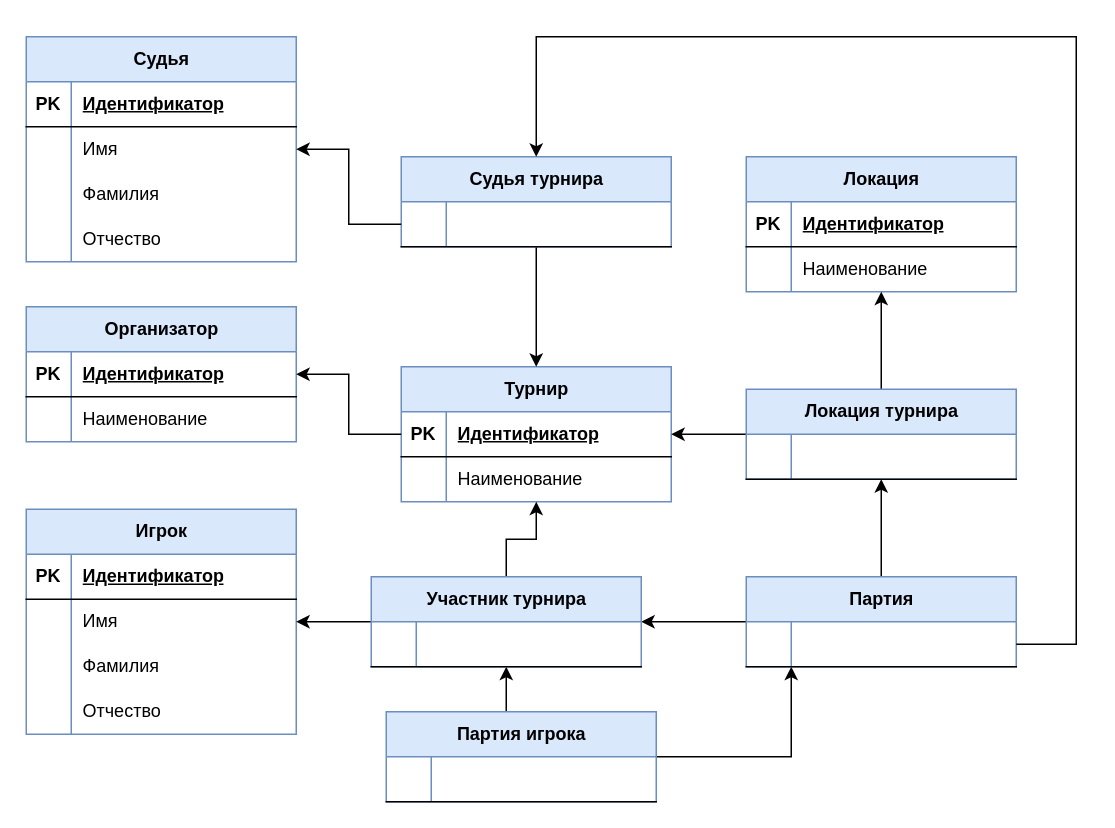
Before: Диаграмма без названия.drawio in VladZainullin/organize_tennis_tournaments, a draw.io diagram. Source tidied: cells renumbered, new cells numbered last; positions are measured from the earlier drawing's top-left corner, leaving out a move shared by most shapes. Both pictures are drawn from the tidied source at 150%, with x=0, y=0 at pixel (26, 36).
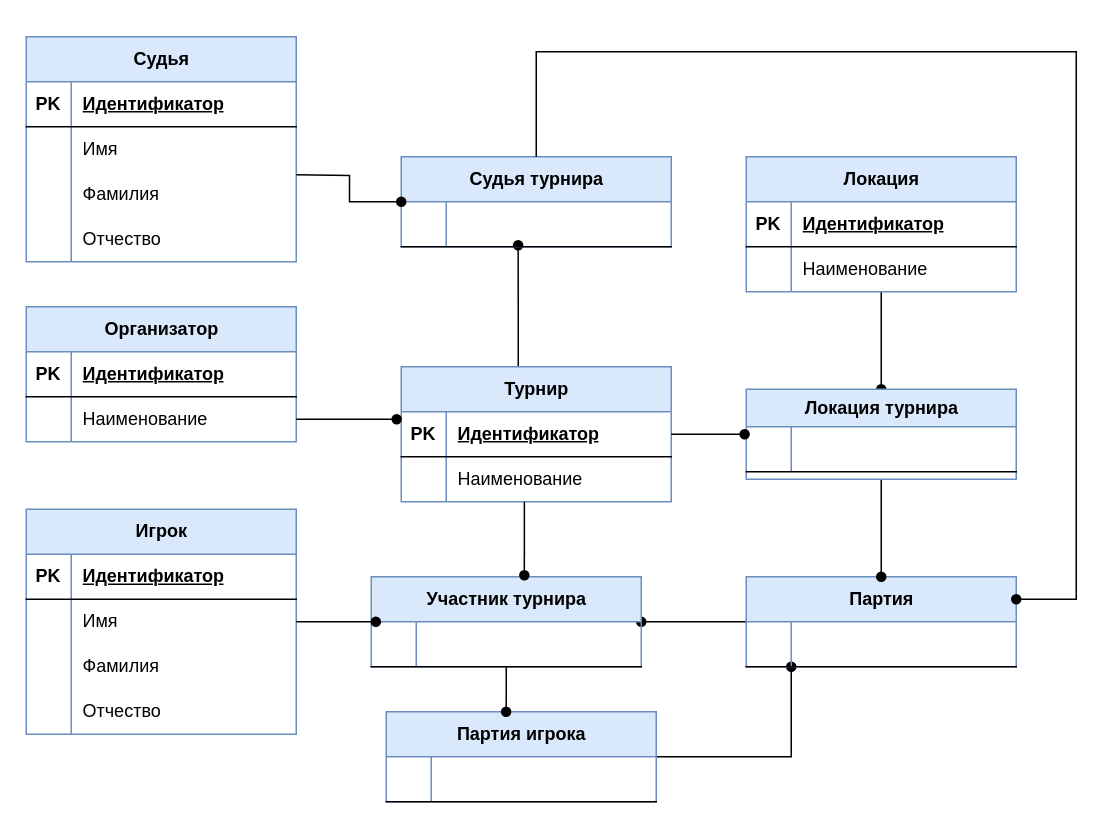
The same page after the edit.

Unchanged cells that the change refers to:
```xml
<mxCell id="3" style="shape=tableRow;horizontal=0;startSize=0;swimlaneHead=0;swimlaneBody=0;fillColor=none;points=[[0,0.5],[1,0.5]];portConstraint=eastwest;top=0;left=0;right=0;bottom=1;" parent="2" vertex="1">
  <mxGeometry y="30" width="180" height="30" as="geometry" />
</mxCell>
<mxCell id="6" style="shape=tableRow;horizontal=0;startSize=0;swimlaneHead=0;swimlaneBody=0;fillColor=none;points=[[0,0.5],[1,0.5]];portConstraint=eastwest;top=0;left=0;right=0;bottom=0;" parent="2" vertex="1">
  <mxGeometry y="60" width="180" height="30" as="geometry" />
</mxCell>
<mxCell id="9" value="Локация" style="shape=table;startSize=30;childLayout=tableLayout;rowLines=0;fontStyle=1;align=center;html=1;fillColor=#dae8fc;strokeColor=#6c8ebf;" parent="1" vertex="1">
  <mxGeometry x="480" y="80" width="180" height="90" as="geometry" />
</mxCell>
<mxCell id="16" value="Игрок" style="shape=table;startSize=30;childLayout=tableLayout;rowLines=0;fontStyle=1;align=center;html=1;fillColor=#dae8fc;strokeColor=#6c8ebf;" parent="1" vertex="1">
  <mxGeometry y="315" width="180" height="150" as="geometry" />
</mxCell>
<mxCell id="20" style="shape=tableRow;horizontal=0;startSize=0;swimlaneHead=0;swimlaneBody=0;fillColor=none;points=[[0,0.5],[1,0.5]];portConstraint=eastwest;top=0;left=0;right=0;bottom=0;" parent="16" vertex="1">
  <mxGeometry y="60" width="180" height="30" as="geometry" />
</mxCell>
<mxCell id="29" value="Судья" style="shape=table;startSize=30;childLayout=tableLayout;rowLines=0;fontStyle=1;align=center;html=1;fillColor=#dae8fc;strokeColor=#6c8ebf;" parent="1" vertex="1">
  <mxGeometry width="180" height="150" as="geometry" />
</mxCell>
<mxCell id="44" value="Партия игрока" style="shape=table;startSize=30;childLayout=tableLayout;rowLines=0;fontStyle=1;align=center;html=1;fillColor=#dae8fc;strokeColor=#6c8ebf;" parent="1" vertex="1">
  <mxGeometry x="240" y="450" width="180" height="60" as="geometry" />
</mxCell>
<mxCell id="50" value="Партия" style="shape=table;startSize=30;childLayout=tableLayout;rowLines=0;fontStyle=1;align=center;html=1;fillColor=#dae8fc;strokeColor=#6c8ebf;" parent="1" vertex="1">
  <mxGeometry x="480" y="360" width="180" height="60" as="geometry" />
</mxCell>
<mxCell id="51" style="shape=tableRow;horizontal=0;startSize=0;swimlaneHead=0;swimlaneBody=0;fillColor=none;points=[[0,0.5],[1,0.5]];portConstraint=eastwest;top=0;left=0;right=0;bottom=1;" parent="50" vertex="1">
  <mxGeometry y="30" width="180" height="30" as="geometry" />
</mxCell>
<mxCell id="54" value="Турнир" style="shape=table;startSize=30;childLayout=tableLayout;rowLines=0;fontStyle=1;align=center;html=1;fillColor=#dae8fc;strokeColor=#6c8ebf;" parent="1" vertex="1">
  <mxGeometry x="250" y="220" width="180" height="90" as="geometry" />
</mxCell>
<mxCell id="55" style="shape=tableRow;horizontal=0;startSize=0;swimlaneHead=0;swimlaneBody=0;fillColor=none;points=[[0,0.5],[1,0.5]];portConstraint=eastwest;top=0;left=0;right=0;bottom=1;" parent="54" vertex="1">
  <mxGeometry y="30" width="180" height="30" as="geometry" />
</mxCell>
<mxCell id="58" style="shape=tableRow;horizontal=0;startSize=0;swimlaneHead=0;swimlaneBody=0;fillColor=none;points=[[0,0.5],[1,0.5]];portConstraint=eastwest;top=0;left=0;right=0;bottom=0;" parent="54" vertex="1">
  <mxGeometry y="60" width="180" height="30" as="geometry" />
</mxCell>
<mxCell id="64" value="Участник турнира" style="shape=table;startSize=30;childLayout=tableLayout;rowLines=0;fontStyle=1;align=center;html=1;fillColor=#dae8fc;strokeColor=#6c8ebf;" parent="1" vertex="1">
  <mxGeometry x="230" y="360" width="180" height="60" as="geometry" />
</mxCell>
<mxCell id="65" style="shape=tableRow;horizontal=0;startSize=0;swimlaneHead=0;swimlaneBody=0;fillColor=none;points=[[0,0.5],[1,0.5]];portConstraint=eastwest;top=0;left=0;right=0;bottom=1;" parent="64" vertex="1">
  <mxGeometry y="30" width="180" height="30" as="geometry" />
</mxCell>
<mxCell id="75" value="Судья турнира" style="shape=table;startSize=30;childLayout=tableLayout;rowLines=0;fontStyle=1;align=center;html=1;fillColor=#dae8fc;strokeColor=#6c8ebf;" parent="1" vertex="1">
  <mxGeometry x="250" y="80" width="180" height="60" as="geometry" />
</mxCell>
<mxCell id="76" style="shape=tableRow;horizontal=0;startSize=0;swimlaneHead=0;swimlaneBody=0;fillColor=none;points=[[0,0.5],[1,0.5]];portConstraint=eastwest;top=0;left=0;right=0;bottom=1;" parent="75" vertex="1">
  <mxGeometry y="30" width="180" height="30" as="geometry" />
</mxCell>
```

The edit, as a diff of the source:
```diff
@@
+    <mxCell id="81" style="edgeStyle=orthogonalEdgeStyle;rounded=0;jettySize=auto;html=1;entryX=0.5;entryY=0;entryDx=0;entryDy=0;endArrow=oval;endFill=1;" parent="1" edge="1" source="9" target="70">
+      <mxGeometry relative="1" as="geometry" />
+    </mxCell>
@@
-    <mxCell id="42" style="edgeStyle=orthogonalEdgeStyle;rounded=0;jettySize=auto;html=1;" parent="1" edge="1" source="44" target="64">
-      <mxGeometry relative="1" as="geometry">
-        <Array as="points">
-          <mxPoint x="320" y="430" />
-          <mxPoint x="320" y="430" />
-        </Array>
-      </mxGeometry>
-    </mxCell>
-    <mxCell id="43" style="edgeStyle=orthogonalEdgeStyle;rounded=0;jettySize=auto;html=1;" parent="1" edge="1" source="44" target="50">
+    <mxCell id="43" style="edgeStyle=orthogonalEdgeStyle;rounded=0;jettySize=auto;html=1;endArrow=oval;endFill=1;" parent="1" edge="1" source="44" target="50">
       <mxGeometry relative="1" as="geometry">
         <Array as="points">
           <mxPoint x="510" y="480" />
         </Array>
       </mxGeometry>
     </mxCell>
@@
-    <mxCell id="48" style="edgeStyle=orthogonalEdgeStyle;rounded=0;jettySize=auto;html=1;" parent="1" edge="1" source="50" target="64">
+    <mxCell id="48" style="edgeStyle=orthogonalEdgeStyle;rounded=0;jettySize=auto;html=1;endArrow=oval;endFill=1;" parent="1" edge="1" source="50" target="64">
       <mxGeometry relative="1" as="geometry">
         <Array as="points">
           <mxPoint x="440" y="390" />
           <mxPoint x="440" y="390" />
         </Array>
       </mxGeometry>
     </mxCell>
-    <mxCell id="49" style="edgeStyle=orthogonalEdgeStyle;rounded=0;jettySize=auto;html=1;" parent="1" edge="1" source="50" target="70">
-      <mxGeometry relative="1" as="geometry" />
-    </mxCell>
@@
+    <mxCell id="82" style="edgeStyle=orthogonalEdgeStyle;rounded=0;jettySize=auto;html=1;entryX=0.433;entryY=0.967;entryDx=0;entryDy=0;entryPerimeter=0;endArrow=oval;endFill=1;" parent="1" edge="1" source="54" target="76">
+      <mxGeometry relative="1" as="geometry">
+        <Array as="points">
+          <mxPoint x="328" y="180" />
+          <mxPoint x="328" y="180" />
+        </Array>
+      </mxGeometry>
+    </mxCell>
@@
-    <mxCell id="61" style="edgeStyle=orthogonalEdgeStyle;rounded=0;jettySize=auto;html=1;" parent="1" edge="1" source="55" target="3">
-      <mxGeometry relative="1" as="geometry" />
-    </mxCell>
-    <mxCell id="62" style="edgeStyle=orthogonalEdgeStyle;rounded=0;jettySize=auto;html=1;" parent="1" edge="1" source="64" target="54">
-      <mxGeometry relative="1" as="geometry" />
-    </mxCell>
-    <mxCell id="63" style="edgeStyle=orthogonalEdgeStyle;rounded=0;jettySize=auto;html=1;" parent="1" edge="1" source="64" target="16">
-      <mxGeometry relative="1" as="geometry" />
-    </mxCell>
+    <mxCell id="83" style="edgeStyle=orthogonalEdgeStyle;rounded=0;jettySize=auto;html=1;entryX=0.444;entryY=0;entryDx=0;entryDy=0;entryPerimeter=0;endArrow=oval;endFill=1;" parent="1" edge="1" source="64" target="44">
+      <mxGeometry relative="1" as="geometry" />
+    </mxCell>
@@
-    <mxCell id="68" style="edgeStyle=orthogonalEdgeStyle;rounded=0;jettySize=auto;html=1;" parent="1" edge="1" source="70" target="9">
-      <mxGeometry relative="1" as="geometry" />
-    </mxCell>
-    <mxCell id="69" style="edgeStyle=orthogonalEdgeStyle;rounded=0;jettySize=auto;html=1;" parent="1" edge="1" source="70" target="54">
-      <mxGeometry relative="1" as="geometry" />
-    </mxCell>
+    <mxCell id="84" style="edgeStyle=orthogonalEdgeStyle;rounded=0;jettySize=auto;html=1;entryX=0.5;entryY=0;entryDx=0;entryDy=0;endArrow=oval;endFill=1;" parent="1" edge="1" source="70" target="50">
+      <mxGeometry relative="1" as="geometry" />
+    </mxCell>
-    <mxCell id="70" value="Локация турнира" style="shape=table;startSize=30;childLayout=tableLayout;rowLines=0;fontStyle=1;align=center;html=1;fillColor=#dae8fc;strokeColor=#6c8ebf;" parent="1" vertex="1">
+    <mxCell id="70" value="Локация турнира" style="shape=table;startSize=25;childLayout=tableLayout;rowLines=0;fontStyle=1;align=center;html=1;fillColor=#dae8fc;strokeColor=#6c8ebf;" parent="1" vertex="1">
       <mxGeometry x="480" y="235" width="180" height="60" as="geometry" />
     </mxCell>
     <mxCell id="71" style="shape=tableRow;horizontal=0;startSize=0;swimlaneHead=0;swimlaneBody=0;fillColor=none;points=[[0,0.5],[1,0.5]];portConstraint=eastwest;top=0;left=0;right=0;bottom=1;" parent="70" vertex="1">
-      <mxGeometry y="30" width="180" height="30" as="geometry" />
+      <mxGeometry y="25" width="180" height="30" as="geometry" />
     </mxCell>
@@
-    <mxCell id="74" style="edgeStyle=orthogonalEdgeStyle;rounded=0;jettySize=auto;html=1;" parent="1" edge="1" source="75" target="54">
-      <mxGeometry relative="1" as="geometry" />
-    </mxCell>
@@
-    <mxCell id="79" style="edgeStyle=orthogonalEdgeStyle;rounded=0;jettySize=auto;html=1;" parent="1" edge="1" source="76" target="29">
-      <mxGeometry relative="1" as="geometry" />
+    <mxCell id="79" style="edgeStyle=orthogonalEdgeStyle;rounded=0;jettySize=auto;html=1;entryX=0;entryY=0.5;entryDx=0;entryDy=0;endArrow=oval;endFill=1;" parent="1" edge="1" target="75">
+      <mxGeometry relative="1" as="geometry">
+        <mxPoint x="180" y="92" as="sourcePoint" />
+      </mxGeometry>
     </mxCell>
-    <mxCell id="80" style="edgeStyle=orthogonalEdgeStyle;rounded=0;jettySize=auto;html=1;" parent="1" edge="1" source="51" target="75">
+    <mxCell id="80" style="edgeStyle=orthogonalEdgeStyle;rounded=0;jettySize=auto;html=1;entryX=1;entryY=0.25;entryDx=0;entryDy=0;exitX=0.5;exitY=0;exitDx=0;exitDy=0;endArrow=oval;endFill=1;" parent="1" edge="1" source="75" target="50">
       <mxGeometry relative="1" as="geometry">
         <Array as="points">
-          <mxPoint x="700" y="405" />
-          <mxPoint x="700" />
-          <mxPoint x="340" />
+          <mxPoint x="340" y="10" />
+          <mxPoint x="700" y="10" />
+          <mxPoint x="700" y="375" />
         </Array>
       </mxGeometry>
     </mxCell>
+    <mxCell id="85" style="edgeStyle=orthogonalEdgeStyle;rounded=0;jettySize=auto;html=1;entryX=0.017;entryY=0;entryDx=0;entryDy=0;entryPerimeter=0;endArrow=oval;endFill=1;" parent="1" edge="1" source="20" target="65">
+      <mxGeometry relative="1" as="geometry">
+        <Array as="points">
+          <mxPoint x="210" y="390" />
+          <mxPoint x="210" y="390" />
+        </Array>
+      </mxGeometry>
+    </mxCell>
+    <mxCell id="86" style="edgeStyle=orthogonalEdgeStyle;rounded=0;jettySize=auto;html=1;entryX=-0.017;entryY=0.167;entryDx=0;entryDy=0;entryPerimeter=0;endArrow=oval;endFill=1;" parent="1" edge="1" source="6" target="55">
+      <mxGeometry relative="1" as="geometry" />
+    </mxCell>
+    <mxCell id="87" style="endArrow=oval;html=1;rounded=0;exitX=0.456;exitY=1;exitDx=0;exitDy=0;exitPerimeter=0;entryX=0.567;entryY=-0.017;entryDx=0;entryDy=0;entryPerimeter=0;endFill=1;" parent="1" edge="1" source="58" target="64">
+      <mxGeometry relative="1" as="geometry" />
+    </mxCell>
+    <mxCell id="88" style="edgeStyle=orthogonalEdgeStyle;rounded=0;jettySize=auto;html=1;entryX=-0.006;entryY=0.167;entryDx=0;entryDy=0;entryPerimeter=0;endArrow=oval;endFill=1;" parent="1" edge="1" source="55" target="71">
+      <mxGeometry relative="1" as="geometry" />
+    </mxCell>
```
